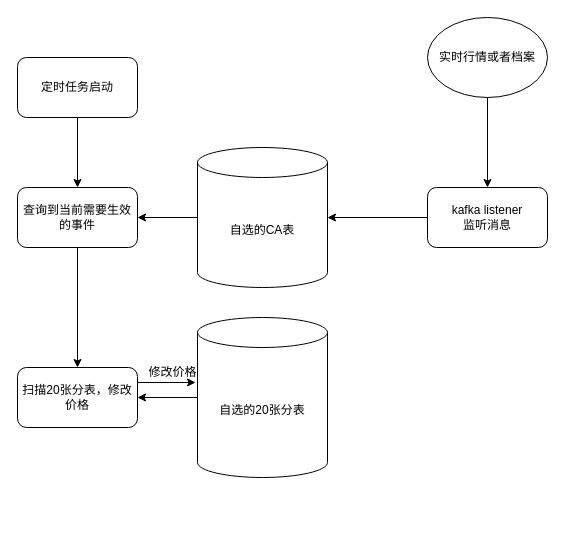
Before: 未命名绘图.drawio in Hia-Hia/A-note, a draw.io diagram. Source tidied: cells renumbered, new cells numbered last; positions are measured from the earlier drawing's top-left corner, leaving out a move shared by most shapes. Both pictures are drawn from the tidied source at 100%, with x=0, y=0 at pixel (17, 17).
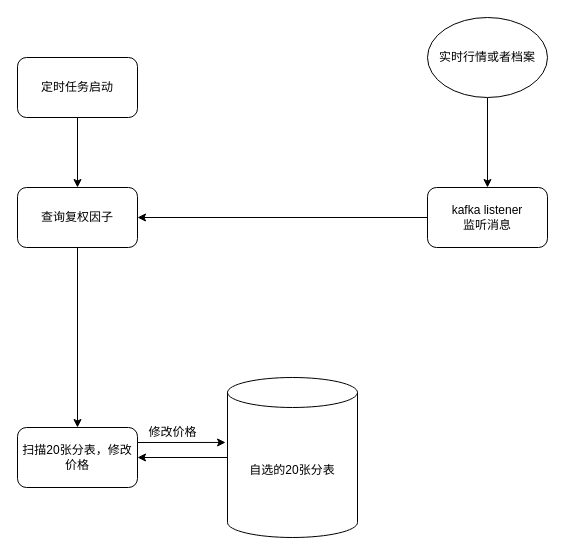
The same page after the edit.

Commit message:
更新未命名绘图.drawio

What changed in the source:
```diff
@@
 <mxGraphModel>
   <root>
     <mxCell id="0" />
     <mxCell id="1" parent="0" />
     <mxCell id="2" style="edgeStyle=orthogonalEdgeStyle;rounded=0;jettySize=auto;html=1;" parent="1" edge="1" source="3" target="5">
       <mxGeometry relative="1" as="geometry" />
     </mxCell>
     <mxCell id="3" value="定时任务启动" style="rounded=1;whiteSpace=wrap;html=1;" parent="1" vertex="1">
       <mxGeometry y="40" width="120" height="60" as="geometry" />
     </mxCell>
     <mxCell id="4" style="edgeStyle=orthogonalEdgeStyle;rounded=0;jettySize=auto;html=1;" parent="1" edge="1" source="5" target="14">
       <mxGeometry relative="1" as="geometry" />
     </mxCell>
-    <mxCell id="5" value="查询到当前需要生效的事件" style="rounded=1;whiteSpace=wrap;html=1;" parent="1" vertex="1">
+    <mxCell id="5" value="查询复权因子" style="rounded=1;whiteSpace=wrap;html=1;" parent="1" vertex="1">
       <mxGeometry y="170" width="120" height="60" as="geometry" />
     </mxCell>
-    <mxCell id="6" style="edgeStyle=orthogonalEdgeStyle;rounded=0;jettySize=auto;html=1;" parent="1" edge="1" source="7" target="5">
-      <mxGeometry relative="1" as="geometry" />
-    </mxCell>
-    <mxCell id="7" value="自选的CA表" style="shape=cylinder3;whiteSpace=wrap;html=1;boundedLbl=1;backgroundOutline=1;size=15;" parent="1" vertex="1">
-      <mxGeometry x="180" y="130" width="130" height="140" as="geometry" />
-    </mxCell>
-    <mxCell id="8" style="edgeStyle=orthogonalEdgeStyle;rounded=0;jettySize=auto;html=1;" parent="1" edge="1" source="9" target="7">
+    <mxCell id="8" style="edgeStyle=orthogonalEdgeStyle;rounded=0;jettySize=auto;html=1;entryX=1;entryY=0.5;entryDx=0;entryDy=0;" parent="1" edge="1" source="9" target="5">
       <mxGeometry relative="1" as="geometry" />
     </mxCell>
     <mxCell id="9" value="kafka listener&lt;div&gt;监听消息&lt;/div&gt;" style="rounded=1;whiteSpace=wrap;html=1;" parent="1" vertex="1">
       <mxGeometry x="410" y="170" width="120" height="60" as="geometry" />
     </mxCell>
     <mxCell id="10" style="edgeStyle=orthogonalEdgeStyle;rounded=0;jettySize=auto;html=1;" parent="1" edge="1" source="11" target="9">
       <mxGeometry relative="1" as="geometry" />
     </mxCell>
     <mxCell id="11" value="实时行情或者档案" style="ellipse;whiteSpace=wrap;html=1;" parent="1" vertex="1">
       <mxGeometry x="410" width="120" height="80" as="geometry" />
     </mxCell>
     <mxCell id="12" style="edgeStyle=orthogonalEdgeStyle;rounded=0;jettySize=auto;html=1;exitX=0;exitY=0.5;exitDx=0;exitDy=0;exitPerimeter=0;entryX=1;entryY=0.5;entryDx=0;entryDy=0;" parent="1" edge="1" source="13" target="14">
       <mxGeometry relative="1" as="geometry" />
     </mxCell>
     <mxCell id="13" value="自选的20张分表" style="shape=cylinder3;whiteSpace=wrap;html=1;boundedLbl=1;backgroundOutline=1;size=15;" parent="1" vertex="1">
-      <mxGeometry x="180" y="300" width="130" height="160" as="geometry" />
+      <mxGeometry x="210" y="360" width="130" height="160" as="geometry" />
     </mxCell>
     <mxCell id="14" value="扫描20张分表，修改价格" style="rounded=1;whiteSpace=wrap;html=1;" parent="1" vertex="1">
-      <mxGeometry y="350" width="120" height="60" as="geometry" />
+      <mxGeometry y="410" width="120" height="60" as="geometry" />
     </mxCell>
     <mxCell id="15" style="edgeStyle=orthogonalEdgeStyle;rounded=0;jettySize=auto;html=1;exitX=1;exitY=0.25;exitDx=0;exitDy=0;entryX=-0.015;entryY=0.406;entryDx=0;entryDy=0;entryPerimeter=0;" parent="1" edge="1" source="14" target="13">
       <mxGeometry relative="1" as="geometry" />
     </mxCell>
     <mxCell id="16" value="修改价格" style="text;html=1;align=center;verticalAlign=middle;strokeColor=none;fillColor=none;" parent="1" vertex="1">
-      <mxGeometry x="120" y="340" width="70" height="30" as="geometry" />
+      <mxGeometry x="120" y="400" width="70" height="30" as="geometry" />
     </mxCell>
   </root>
 </mxGraphModel>
```
